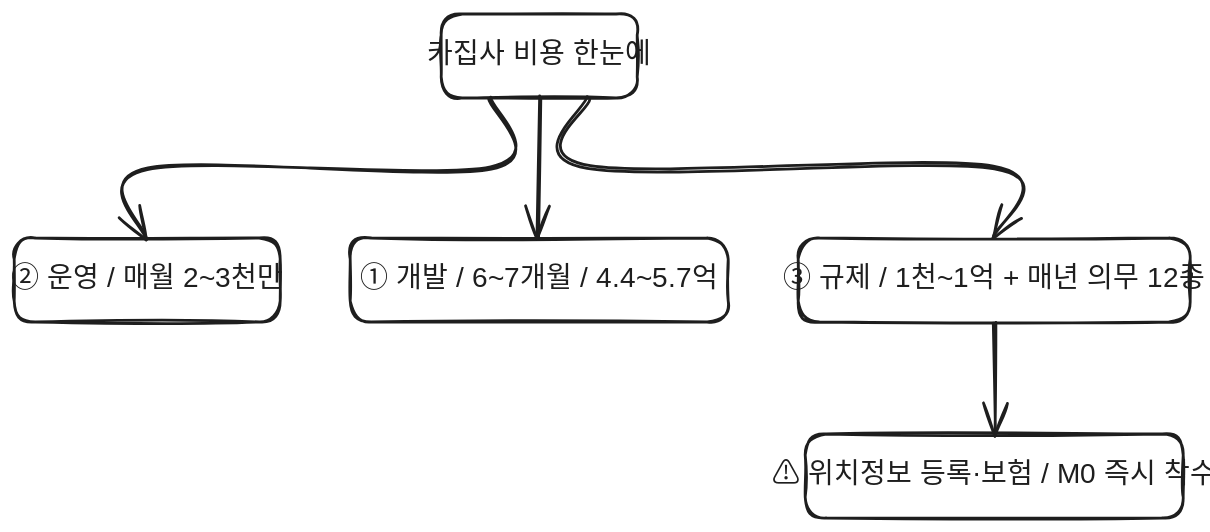
Before: diagrams/06-cost-overview.excalidraw.svg, a diagram exported from Excalidraw (serendibeats/cargypsy). Source tidied: one line per element, renumbered; positions are measured from the earlier drawing's top-left corner, leaving out a move shared by most shapes.
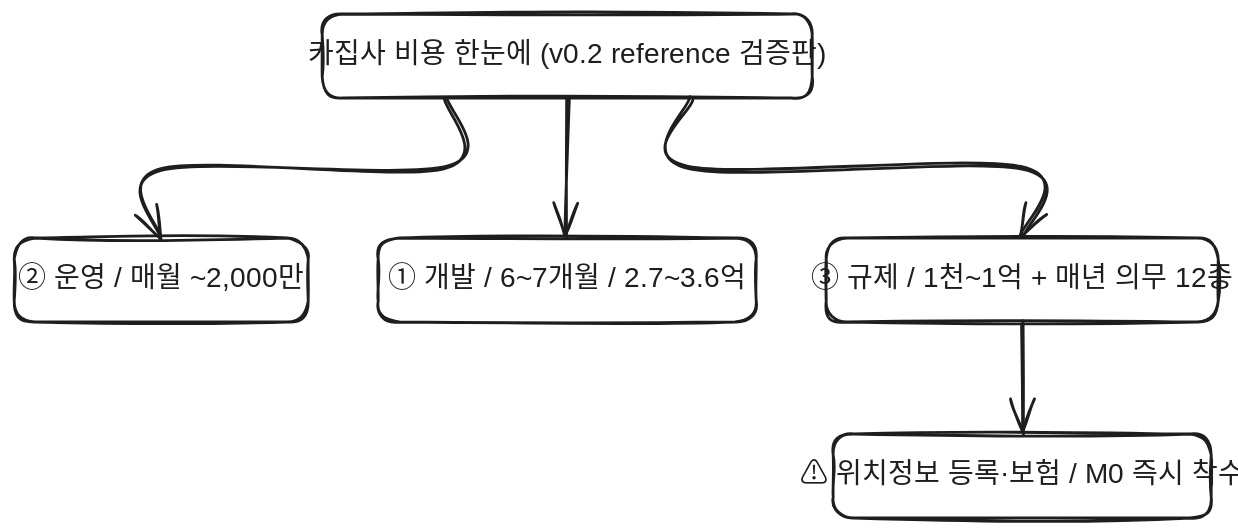
Above is the later version.

Diff of the diagram source:
```diff
@@ -1,14 +1,14 @@
-{"id": 0, "type": "rectangle", "strokeColor": "#1e1e1e", "strokeWidth": 2, "roughness": 1, "round": true, "x": 305, "y": 0, "width": 140, "height": 60}
-{"id": 1, "type": "text", "text": "카집사 비용 한눈에", "strokeColor": "#1e1e1e", "strokeWidth": 2, "roughness": 1, "fontSize": 20, "fontFamily": 5, "textAlign": "center", "verticalAlign": "middle", "x": 315, "y": 18, "width": 120, "height": 25}
-{"id": 2, "type": "rectangle", "strokeColor": "#1e1e1e", "strokeWidth": 2, "roughness": 1, "round": true, "x": 240, "y": 160, "width": 270, "height": 60}
-{"id": 3, "type": "text", "text": "① 개발 / 6~7개월 / 4.4~5.7억", "strokeColor": "#1e1e1e", "strokeWidth": 2, "roughness": 1, "fontSize": 20, "fontFamily": 5, "textAlign": "center", "verticalAlign": "middle", "x": 237, "y": 178, "width": 276, "height": 25}
-{"id": 4, "type": "rectangle", "strokeColor": "#1e1e1e", "strokeWidth": 2, "roughness": 1, "round": true, "x": 0, "y": 160, "width": 190, "height": 60}
-{"id": 5, "type": "text", "text": "② 운영 / 매월 2~3천만", "strokeColor": "#1e1e1e", "strokeWidth": 2, "roughness": 1, "fontSize": 20, "fontFamily": 5, "textAlign": "center", "verticalAlign": "middle", "x": 5, "y": 178, "width": 180, "height": 25}
-{"id": 6, "type": "rectangle", "strokeColor": "#1e1e1e", "strokeWidth": 2, "roughness": 1, "round": true, "x": 560, "y": 160, "width": 280, "height": 60}
+{"id": 14, "type": "rectangle", "strokeColor": "#1e1e1e", "strokeWidth": 2, "roughness": 1, "round": true, "x": 200, "y": 0, "width": 350, "height": 60}
+{"id": 15, "type": "text", "text": "카집사 비용 한눈에 (v0.2 reference 검증판)", "strokeColor": "#1e1e1e", "strokeWidth": 2, "roughness": 1, "fontSize": 20, "fontFamily": 5, "textAlign": "center", "verticalAlign": "middle", "x": 189, "y": 18, "width": 372, "height": 25}
+{"id": 16, "type": "rectangle", "strokeColor": "#1e1e1e", "strokeWidth": 2, "roughness": 1, "round": true, "x": 240, "y": 160, "width": 270, "height": 60}
+{"id": 17, "type": "text", "text": "① 개발 / 6~7개월 / 2.7~3.6억", "strokeColor": "#1e1e1e", "strokeWidth": 2, "roughness": 1, "fontSize": 20, "fontFamily": 5, "textAlign": "center", "verticalAlign": "middle", "x": 237, "y": 178, "width": 276, "height": 25}
+{"id": 18, "type": "rectangle", "strokeColor": "#1e1e1e", "strokeWidth": 2, "roughness": 1, "round": true, "x": -20, "y": 160, "width": 210, "height": 60}
+{"id": 19, "type": "text", "text": "② 운영 / 매월 ~2,000만", "strokeColor": "#1e1e1e", "strokeWidth": 2, "roughness": 1, "fontSize": 20, "fontFamily": 5, "textAlign": "center", "verticalAlign": "middle", "x": -17, "y": 178, "width": 204, "height": 25}
+{"id": 20, "type": "rectangle", "strokeColor": "#1e1e1e", "strokeWidth": 2, "roughness": 1, "round": true, "x": 560, "y": 160, "width": 280, "height": 60}
 {"id": 7, "type": "text", "text": "③ 규제 / 1천~1억 + 매년 의무 12종", "strokeColor": "#1e1e1e", "strokeWidth": 2, "roughness": 1, "fontSize": 20, "fontFamily": 5, "textAlign": "center", "verticalAlign": "middle", "x": 556, "y": 178, "width": 288, "height": 25}
-{"id": 8, "type": "rectangle", "strokeColor": "#1e1e1e", "strokeWidth": 2, "roughness": 1, "round": true, "x": 565, "y": 300, "width": 270, "height": 60}
+{"id": 21, "type": "rectangle", "strokeColor": "#1e1e1e", "strokeWidth": 2, "roughness": 1, "round": true, "x": 565, "y": 300, "width": 270, "height": 60}
 {"id": 9, "type": "text", "text": "⚠ 위치정보 등록·보험 / M0 즉시 착수", "strokeColor": "#1e1e1e", "strokeWidth": 2, "roughness": 1, "fontSize": 20, "fontFamily": 5, "textAlign": "center", "verticalAlign": "middle", "x": 562, "y": 318, "width": 276, "height": 25}
-{"id": 10, "type": "arrow", "strokeColor": "#1e1e1e", "strokeWidth": 2, "roughness": 1, "endArrowhead": "arrow", "round": true, "from": 0, "to": 2, "x": 375, "y": 60, "width": 0, "height": 100, "points": [[0, 0], [0, 100]]}
-{"id": 11, "type": "arrow", "strokeColor": "#1e1e1e", "strokeWidth": 2, "roughness": 1, "endArrowhead": "arrow", "round": true, "from": 0, "to": 4, "x": 340, "y": 60, "width": 245, "height": 100, "points": [[0, 0], [0, 50], [-245, 50], [-245, 100]]}
-{"id": 12, "type": "arrow", "strokeColor": "#1e1e1e", "strokeWidth": 2, "roughness": 1, "endArrowhead": "arrow", "round": true, "from": 0, "to": 6, "x": 410, "y": 60, "width": 290, "height": 100, "points": [[0, 0], [0, 50], [290, 50], [290, 100]]}
-{"id": 13, "type": "arrow", "strokeColor": "#1e1e1e", "strokeWidth": 2, "roughness": 1, "endArrowhead": "arrow", "round": true, "from": 6, "to": 8, "x": 700, "y": 220, "width": 0, "height": 80, "points": [[0, 0], [0, 80]]}
+{"id": 22, "type": "arrow", "strokeColor": "#1e1e1e", "strokeWidth": 2, "roughness": 1, "endArrowhead": "arrow", "round": true, "from": 14, "to": 16, "x": 375, "y": 60, "width": 0, "height": 100, "points": [[0, 0], [0, 100]]}
+{"id": 23, "type": "arrow", "strokeColor": "#1e1e1e", "strokeWidth": 2, "roughness": 1, "endArrowhead": "arrow", "round": true, "from": 14, "to": 18, "x": 288, "y": 60, "width": 203, "height": 100, "points": [[0, 0], [0, 50], [-203, 50], [-203, 100]]}
+{"id": 24, "type": "arrow", "strokeColor": "#1e1e1e", "strokeWidth": 2, "roughness": 1, "endArrowhead": "arrow", "round": true, "from": 14, "to": 20, "x": 463, "y": 60, "width": 237, "height": 100, "points": [[0, 0], [0, 50], [237, 50], [237, 100]]}
+{"id": 25, "type": "arrow", "strokeColor": "#1e1e1e", "strokeWidth": 2, "roughness": 1, "endArrowhead": "arrow", "round": true, "from": 20, "to": 21, "x": 700, "y": 220, "width": 0, "height": 80, "points": [[0, 0], [0, 80]]}
```
